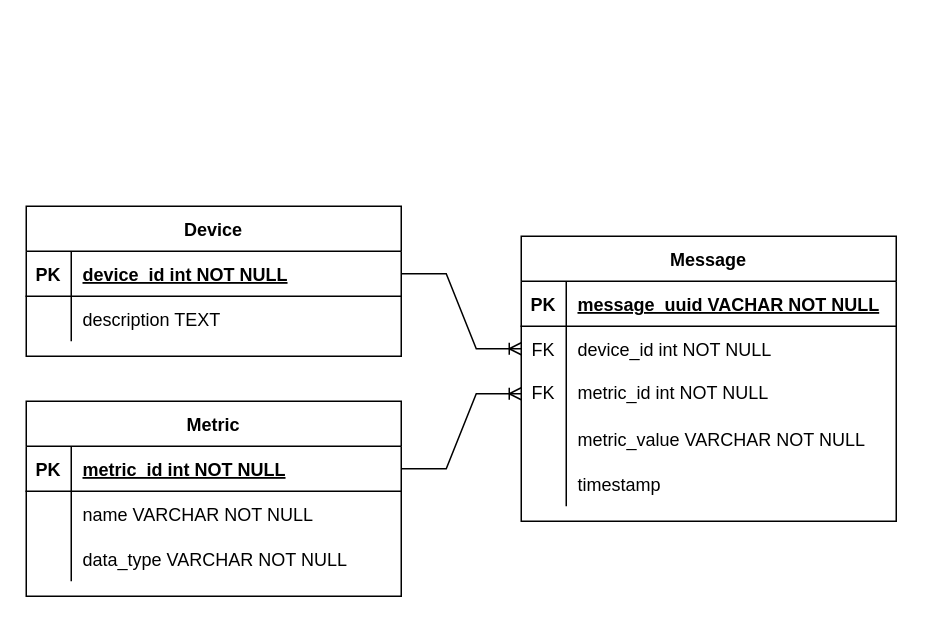
Before: doc/model.drawio in danielkennedy1/quanta-server, a draw.io diagram. Source tidied: cells renumbered, new cells numbered last; positions are measured from the earlier drawing's top-left corner, leaving out a move shared by most shapes. Both pictures are drawn from the tidied source at 150%, with x=0, y=0 at pixel (26, 206).
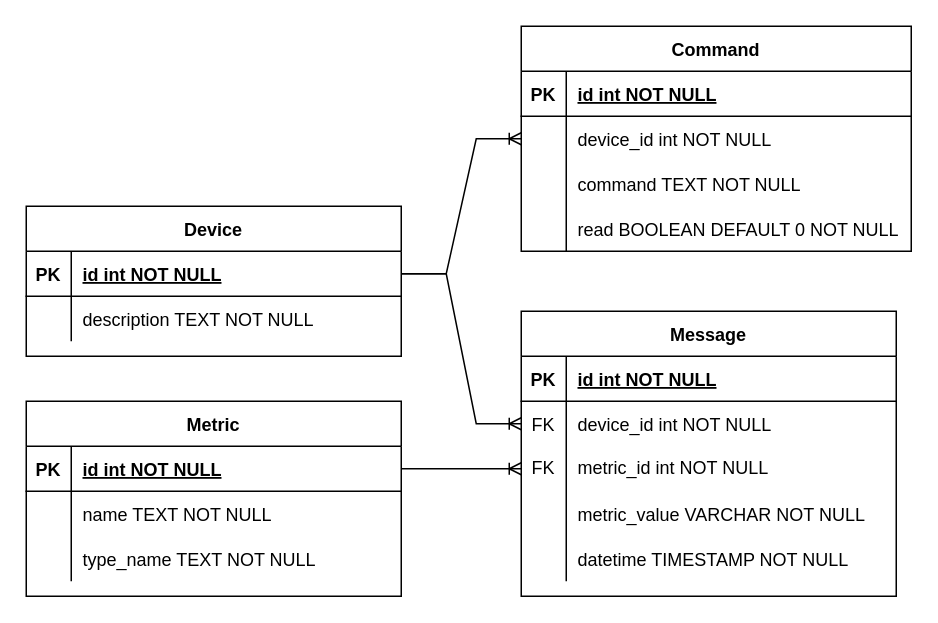
The same page after the edit.

Unchanged cells that the change refers to:
```xml
<mxCell id="3" style="shape=partialRectangle;fillColor=none;top=0;left=0;right=0;bottom=1;" parent="2" vertex="1">
  <mxGeometry y="30" width="250" height="30" as="geometry" />
</mxCell>
<mxCell id="15" style="shape=tableRow;horizontal=0;startSize=0;swimlaneHead=0;swimlaneBody=0;fillColor=none;top=0;left=0;right=0;bottom=0;" parent="2" vertex="1">
  <mxGeometry y="150" width="250" height="30" as="geometry" />
</mxCell>
<mxCell id="19" style="shape=partialRectangle;fillColor=none;points=[[0,0.5],[1,0.5]];portConstraint=eastwest;top=0;left=0;right=0;bottom=1;" parent="18" vertex="1">
  <mxGeometry y="30" width="250" height="30" as="geometry" />
</mxCell>
<mxCell id="22" style="shape=partialRectangle;fillColor=none;top=0;left=0;right=0;bottom=0;" parent="18" vertex="1">
  <mxGeometry y="60" width="250" height="30" as="geometry" />
</mxCell>
<mxCell id="25" style="shape=partialRectangle;fillColor=none;top=0;left=0;right=0;bottom=0;" parent="18" vertex="1">
  <mxGeometry y="90" width="250" height="30" as="geometry" />
</mxCell>
<mxCell id="29" style="shape=partialRectangle;fillColor=none;points=[[0,0.5],[1,0.5]];portConstraint=eastwest;top=0;left=0;right=0;bottom=1;" parent="28" vertex="1">
  <mxGeometry y="30" width="250" height="30" as="geometry" />
</mxCell>
<mxCell id="32" style="shape=partialRectangle;fillColor=none;top=0;left=0;right=0;bottom=0;" parent="28" vertex="1">
  <mxGeometry y="60" width="250" height="30" as="geometry" />
</mxCell>
```

Change to the diagram source:
```diff
@@
     <mxCell id="2" value="Message" style="shape=table;startSize=30;childLayout=tableLayout;rowLines=0;fontStyle=1;align=center;" parent="1" vertex="1">
-      <mxGeometry x="330" y="20" width="250" height="190" as="geometry" />
+      <mxGeometry x="330" y="70" width="250" height="190" as="geometry" />
     </mxCell>
@@
-    <mxCell id="5" value="message_uuid VACHAR NOT NULL" style="shape=partialRectangle;overflow=hidden;fillColor=none;top=0;left=0;bottom=0;right=0;align=left;spacingLeft=6;fontStyle=5;" parent="3" vertex="1">
+    <mxCell id="5" value="id int NOT NULL" style="shape=partialRectangle;overflow=hidden;fillColor=none;top=0;left=0;bottom=0;right=0;align=left;spacingLeft=6;fontStyle=5;" parent="3" vertex="1">
       <mxGeometry x="30" width="220" height="30" as="geometry" />
     </mxCell>
@@
-    <mxCell id="17" value="timestamp" style="shape=partialRectangle;fillColor=none;top=0;left=0;bottom=0;right=0;align=left;spacingLeft=6;overflow=hidden;" parent="15" vertex="1">
+    <mxCell id="17" value="datetime TIMESTAMP NOT NULL" style="shape=partialRectangle;fillColor=none;top=0;left=0;bottom=0;right=0;align=left;spacingLeft=6;overflow=hidden;" parent="15" vertex="1">
       <mxGeometry x="30" width="220" height="30" as="geometry" />
     </mxCell>
@@
-    <mxCell id="21" value="metric_id int NOT NULL " style="shape=partialRectangle;overflow=hidden;fillColor=none;top=0;left=0;bottom=0;right=0;align=left;spacingLeft=6;fontStyle=5;" parent="19" vertex="1">
+    <mxCell id="21" value="id int NOT NULL " style="shape=partialRectangle;overflow=hidden;fillColor=none;top=0;left=0;bottom=0;right=0;align=left;spacingLeft=6;fontStyle=5;" parent="19" vertex="1">
       <mxGeometry x="30" width="220" height="30" as="geometry" />
     </mxCell>
@@
-    <mxCell id="24" value="name VARCHAR NOT NULL" style="shape=partialRectangle;overflow=hidden;fillColor=none;top=0;left=0;bottom=0;right=0;align=left;spacingLeft=6;" parent="22" vertex="1">
+    <mxCell id="24" value="name TEXT NOT NULL" style="shape=partialRectangle;overflow=hidden;fillColor=none;top=0;left=0;bottom=0;right=0;align=left;spacingLeft=6;" parent="22" vertex="1">
       <mxGeometry x="30" width="220" height="30" as="geometry" />
     </mxCell>
@@
-    <mxCell id="27" value="data_type VARCHAR NOT NULL" style="shape=partialRectangle;overflow=hidden;fillColor=none;top=0;left=0;bottom=0;right=0;align=left;spacingLeft=6;" parent="25" vertex="1">
+    <mxCell id="27" value="type_name TEXT NOT NULL" style="shape=partialRectangle;overflow=hidden;fillColor=none;top=0;left=0;bottom=0;right=0;align=left;spacingLeft=6;" parent="25" vertex="1">
       <mxGeometry x="30" width="220" height="30" as="geometry" />
     </mxCell>
@@
-    <mxCell id="31" value="device_id int NOT NULL " style="shape=partialRectangle;overflow=hidden;fillColor=none;top=0;left=0;bottom=0;right=0;align=left;spacingLeft=6;fontStyle=5;" parent="29" vertex="1">
+    <mxCell id="31" value="id int NOT NULL " style="shape=partialRectangle;overflow=hidden;fillColor=none;top=0;left=0;bottom=0;right=0;align=left;spacingLeft=6;fontStyle=5;" parent="29" vertex="1">
       <mxGeometry x="30" width="220" height="30" as="geometry" />
     </mxCell>
@@
-    <mxCell id="34" value="description TEXT" style="shape=partialRectangle;overflow=hidden;fillColor=none;top=0;left=0;bottom=0;right=0;align=left;spacingLeft=6;" parent="32" vertex="1">
+    <mxCell id="34" value="description TEXT NOT NULL" style="shape=partialRectangle;overflow=hidden;fillColor=none;top=0;left=0;bottom=0;right=0;align=left;spacingLeft=6;" parent="32" vertex="1">
       <mxGeometry x="30" width="220" height="30" as="geometry" />
     </mxCell>
@@
+    <mxCell id="37" value="Command" style="shape=table;startSize=30;childLayout=tableLayout;rowLines=0;fontStyle=1;align=center;" parent="1" vertex="1">
+      <mxGeometry x="330" y="-120" width="260" height="150" as="geometry" />
+    </mxCell>
+    <mxCell id="38" style="shape=partialRectangle;fillColor=none;top=0;left=0;right=0;bottom=1;" parent="37" vertex="1">
+      <mxGeometry y="30" width="260" height="30" as="geometry" />
+    </mxCell>
+    <mxCell id="39" value="PK" style="shape=partialRectangle;overflow=hidden;fillColor=none;top=0;left=0;bottom=0;right=0;fontStyle=1;" parent="38" vertex="1">
+      <mxGeometry width="30" height="30" as="geometry" />
+    </mxCell>
+    <mxCell id="40" value="id int NOT NULL " style="shape=partialRectangle;overflow=hidden;fillColor=none;top=0;left=0;bottom=0;right=0;align=left;spacingLeft=6;fontStyle=5;" parent="38" vertex="1">
+      <mxGeometry x="30" width="230" height="30" as="geometry" />
+    </mxCell>
+    <mxCell id="41" style="shape=partialRectangle;fillColor=none;points=[[0,0.5],[1,0.5]];portConstraint=eastwest;top=0;left=0;right=0;bottom=0;" parent="37" vertex="1">
+      <mxGeometry y="60" width="260" height="30" as="geometry" />
+    </mxCell>
+    <mxCell id="42" style="shape=partialRectangle;overflow=hidden;fillColor=none;top=0;left=0;bottom=0;right=0;" parent="41" vertex="1">
+      <mxGeometry width="30" height="30" as="geometry" />
+    </mxCell>
+    <mxCell id="43" value="device_id int NOT NULL" style="shape=partialRectangle;overflow=hidden;fillColor=none;top=0;left=0;bottom=0;right=0;align=left;spacingLeft=6;" parent="41" vertex="1">
+      <mxGeometry x="30" width="230" height="30" as="geometry" />
+    </mxCell>
+    <mxCell id="44" style="shape=tableRow;horizontal=0;startSize=0;swimlaneHead=0;swimlaneBody=0;fillColor=none;top=0;left=0;right=0;bottom=0;" parent="37" vertex="1">
+      <mxGeometry y="90" width="260" height="30" as="geometry" />
+    </mxCell>
+    <mxCell id="45" style="shape=partialRectangle;fillColor=none;top=0;left=0;bottom=0;right=0;overflow=hidden;" parent="44" vertex="1">
+      <mxGeometry width="30" height="30" as="geometry" />
+    </mxCell>
+    <mxCell id="46" value="command TEXT NOT NULL" style="shape=partialRectangle;fillColor=none;top=0;left=0;bottom=0;right=0;align=left;spacingLeft=6;overflow=hidden;" parent="44" vertex="1">
+      <mxGeometry x="30" width="230" height="30" as="geometry" />
+    </mxCell>
+    <mxCell id="47" style="shape=tableRow;horizontal=0;startSize=0;swimlaneHead=0;swimlaneBody=0;fillColor=none;top=0;left=0;right=0;bottom=0;" parent="37" vertex="1">
+      <mxGeometry y="120" width="260" height="30" as="geometry" />
+    </mxCell>
+    <mxCell id="48" style="shape=partialRectangle;fillColor=none;top=0;left=0;bottom=0;right=0;overflow=hidden;" parent="47" vertex="1">
+      <mxGeometry width="30" height="30" as="geometry" />
+    </mxCell>
+    <mxCell id="49" value="read BOOLEAN DEFAULT 0 NOT NULL" style="shape=partialRectangle;fillColor=none;top=0;left=0;bottom=0;right=0;align=left;spacingLeft=6;overflow=hidden;" parent="47" vertex="1">
+      <mxGeometry x="30" width="230" height="30" as="geometry" />
+    </mxCell>
+    <mxCell id="50" style="edgeStyle=entityRelationEdgeStyle;fontSize=12;html=1;endArrow=ERoneToMany;rounded=0;exitX=1;exitY=0.5;exitDx=0;exitDy=0;entryX=0;entryY=0.5;entryDx=0;entryDy=0;" parent="1" edge="1" source="29" target="41">
+      <mxGeometry relative="1" as="geometry" />
+    </mxCell>
```
